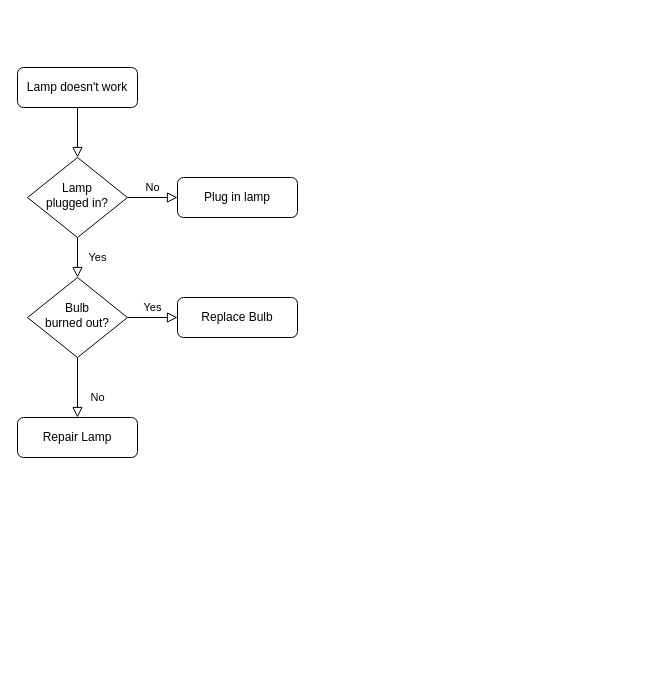
The draw.io diagram Flowchart_Blackjack.drawio in santiago434c/BlackJack_Project, before the edit. Source tidied: cells renumbered, new cells numbered last; positions are measured from the earlier drawing's top-left corner, leaving out a move shared by most shapes. Both pictures are drawn from the tidied source at 100%, with x=0, y=0 at pixel (17, 67).
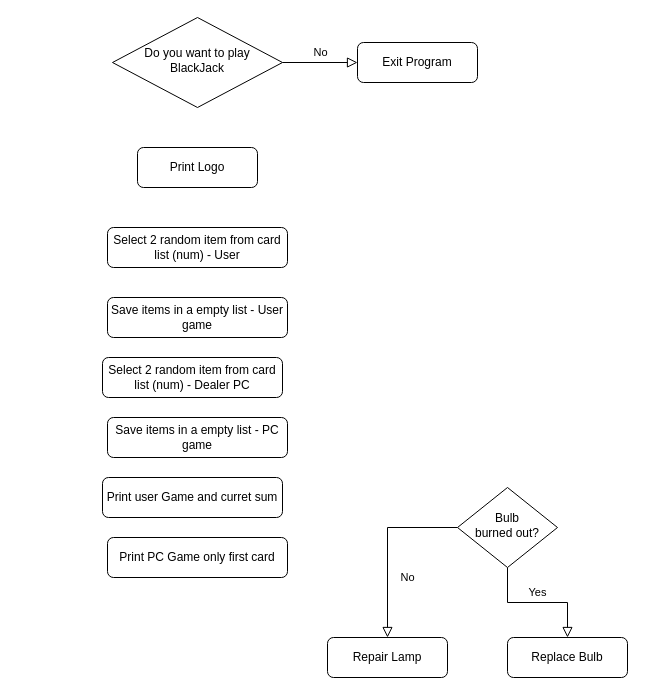
The same page after the edit.

Diff of the diagram source:
```diff
@@
 <mxGraphModel>
   <root>
     <mxCell id="0" />
     <mxCell id="1" parent="0" />
-    <mxCell id="2" style="rounded=0;html=1;jettySize=auto;fontSize=11;endArrow=block;endFill=0;endSize=8;strokeWidth=1;shadow=0;labelBackgroundColor=none;edgeStyle=orthogonalEdgeStyle;" parent="1" edge="1" source="3" target="6">
-      <mxGeometry relative="1" as="geometry" />
-    </mxCell>
-    <mxCell id="3" value="Lamp doesn't work" style="rounded=1;whiteSpace=wrap;html=1;fontSize=12;glass=0;strokeWidth=1;shadow=0;" parent="1" vertex="1">
-      <mxGeometry width="120" height="40" as="geometry" />
+    <mxCell id="3" value="Print Logo" style="rounded=1;whiteSpace=wrap;html=1;fontSize=12;glass=0;strokeWidth=1;shadow=0;" parent="1" vertex="1">
+      <mxGeometry x="120" y="80" width="120" height="40" as="geometry" />
     </mxCell>
-    <mxCell id="4" value="Yes" style="rounded=0;html=1;jettySize=auto;fontSize=11;endArrow=block;endFill=0;endSize=8;strokeWidth=1;shadow=0;labelBackgroundColor=none;edgeStyle=orthogonalEdgeStyle;" parent="1" edge="1" source="6" target="10">
-      <mxGeometry y="20" relative="1" as="geometry" />
-    </mxCell>
     <mxCell id="5" value="No" style="edgeStyle=orthogonalEdgeStyle;rounded=0;html=1;jettySize=auto;fontSize=11;endArrow=block;endFill=0;endSize=8;strokeWidth=1;shadow=0;labelBackgroundColor=none;" parent="1" edge="1" source="6" target="7">
       <mxGeometry y="10" relative="1" as="geometry" />
     </mxCell>
-    <mxCell id="6" value="Lamp&lt;br&gt;plugged in?" style="rhombus;whiteSpace=wrap;html=1;shadow=0;fontFamily=Helvetica;fontSize=12;align=center;strokeWidth=1;spacing=6;spacingTop=-4;" parent="1" vertex="1">
-      <mxGeometry x="10" y="90" width="100" height="80" as="geometry" />
+    <mxCell id="6" value="Do you want to play BlackJack" style="rhombus;whiteSpace=wrap;html=1;shadow=0;fontFamily=Helvetica;fontSize=12;align=center;strokeWidth=1;spacing=6;spacingTop=-4;" parent="1" vertex="1">
+      <mxGeometry x="95" y="-50" width="170" height="90" as="geometry" />
     </mxCell>
-    <mxCell id="7" value="Plug in lamp" style="rounded=1;whiteSpace=wrap;html=1;fontSize=12;glass=0;strokeWidth=1;shadow=0;" parent="1" vertex="1">
-      <mxGeometry x="160" y="110" width="120" height="40" as="geometry" />
+    <mxCell id="7" value="Exit Program" style="rounded=1;whiteSpace=wrap;html=1;fontSize=12;glass=0;strokeWidth=1;shadow=0;" parent="1" vertex="1">
+      <mxGeometry x="340" y="-25" width="120" height="40" as="geometry" />
     </mxCell>
     <mxCell id="8" value="No" style="rounded=0;html=1;jettySize=auto;fontSize=11;endArrow=block;endFill=0;endSize=8;strokeWidth=1;shadow=0;labelBackgroundColor=none;edgeStyle=orthogonalEdgeStyle;" parent="1" edge="1" source="10" target="11">
       <mxGeometry x="0.33" y="20" relative="1" as="geometry" />
     </mxCell>
     <mxCell id="9" value="Yes" style="edgeStyle=orthogonalEdgeStyle;rounded=0;html=1;jettySize=auto;fontSize=11;endArrow=block;endFill=0;endSize=8;strokeWidth=1;shadow=0;labelBackgroundColor=none;" parent="1" edge="1" source="10" target="12">
       <mxGeometry y="10" relative="1" as="geometry" />
     </mxCell>
     <mxCell id="10" value="Bulb&lt;br&gt;burned out?" style="rhombus;whiteSpace=wrap;html=1;shadow=0;fontFamily=Helvetica;fontSize=12;align=center;strokeWidth=1;spacing=6;spacingTop=-4;" parent="1" vertex="1">
-      <mxGeometry x="10" y="210" width="100" height="80" as="geometry" />
+      <mxGeometry x="440" y="420" width="100" height="80" as="geometry" />
     </mxCell>
     <mxCell id="11" value="Repair Lamp" style="rounded=1;whiteSpace=wrap;html=1;fontSize=12;glass=0;strokeWidth=1;shadow=0;" parent="1" vertex="1">
-      <mxGeometry y="350" width="120" height="40" as="geometry" />
+      <mxGeometry x="310" y="570" width="120" height="40" as="geometry" />
     </mxCell>
     <mxCell id="12" value="Replace Bulb" style="rounded=1;whiteSpace=wrap;html=1;fontSize=12;glass=0;strokeWidth=1;shadow=0;" parent="1" vertex="1">
-      <mxGeometry x="160" y="230" width="120" height="40" as="geometry" />
+      <mxGeometry x="490" y="570" width="120" height="40" as="geometry" />
     </mxCell>
+    <mxCell id="13" value="Select 2 random item from card list (num) - User" style="rounded=1;whiteSpace=wrap;html=1;fontSize=12;glass=0;strokeWidth=1;shadow=0;" parent="1" vertex="1">
+      <mxGeometry x="90" y="160" width="180" height="40" as="geometry" />
+    </mxCell>
+    <mxCell id="14" value="Select 2 random item from card list (num) - Dealer PC" style="rounded=1;whiteSpace=wrap;html=1;fontSize=12;glass=0;strokeWidth=1;shadow=0;" parent="1" vertex="1">
+      <mxGeometry x="85" y="290" width="180" height="40" as="geometry" />
+    </mxCell>
+    <mxCell id="15" value="Save items in a empty list - PC game" style="rounded=1;whiteSpace=wrap;html=1;fontSize=12;glass=0;strokeWidth=1;shadow=0;" parent="1" vertex="1">
+      <mxGeometry x="90" y="350" width="180" height="40" as="geometry" />
+    </mxCell>
+    <mxCell id="16" value="Save items in a empty list - User game" style="rounded=1;whiteSpace=wrap;html=1;fontSize=12;glass=0;strokeWidth=1;shadow=0;" parent="1" vertex="1">
+      <mxGeometry x="90" y="230" width="180" height="40" as="geometry" />
+    </mxCell>
+    <mxCell id="17" value="Print user Game and curret sum" style="rounded=1;whiteSpace=wrap;html=1;fontSize=12;glass=0;strokeWidth=1;shadow=0;" parent="1" vertex="1">
+      <mxGeometry x="85" y="410" width="180" height="40" as="geometry" />
+    </mxCell>
+    <mxCell id="18" value="Print PC Game only first card" style="rounded=1;whiteSpace=wrap;html=1;fontSize=12;glass=0;strokeWidth=1;shadow=0;" parent="1" vertex="1">
+      <mxGeometry x="90" y="470" width="180" height="40" as="geometry" />
+    </mxCell>
   </root>
 </mxGraphModel>
```
